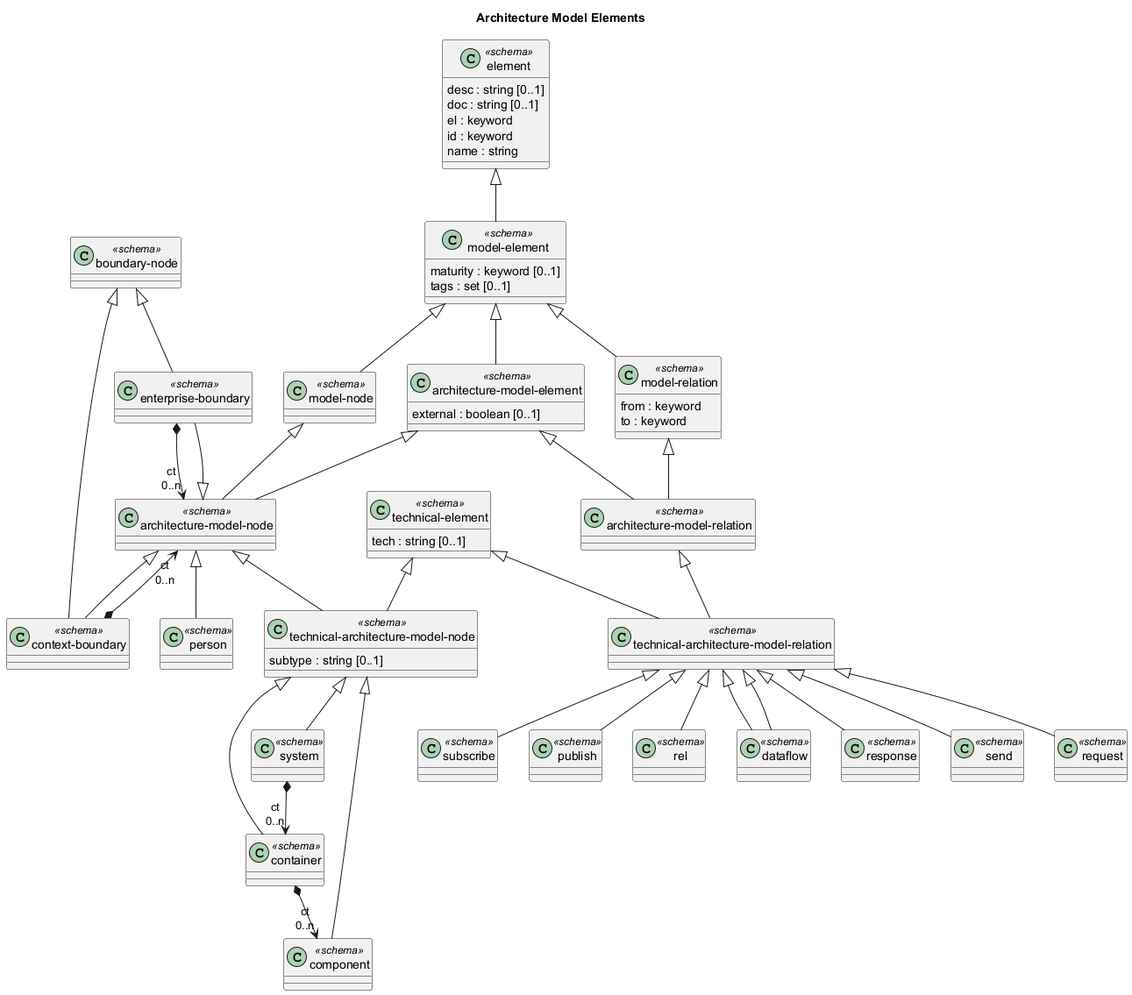
Earlier version of the PlantUML export docs/overarch/data-model/architecture-model-elements.png (soulspace-org/overarch).
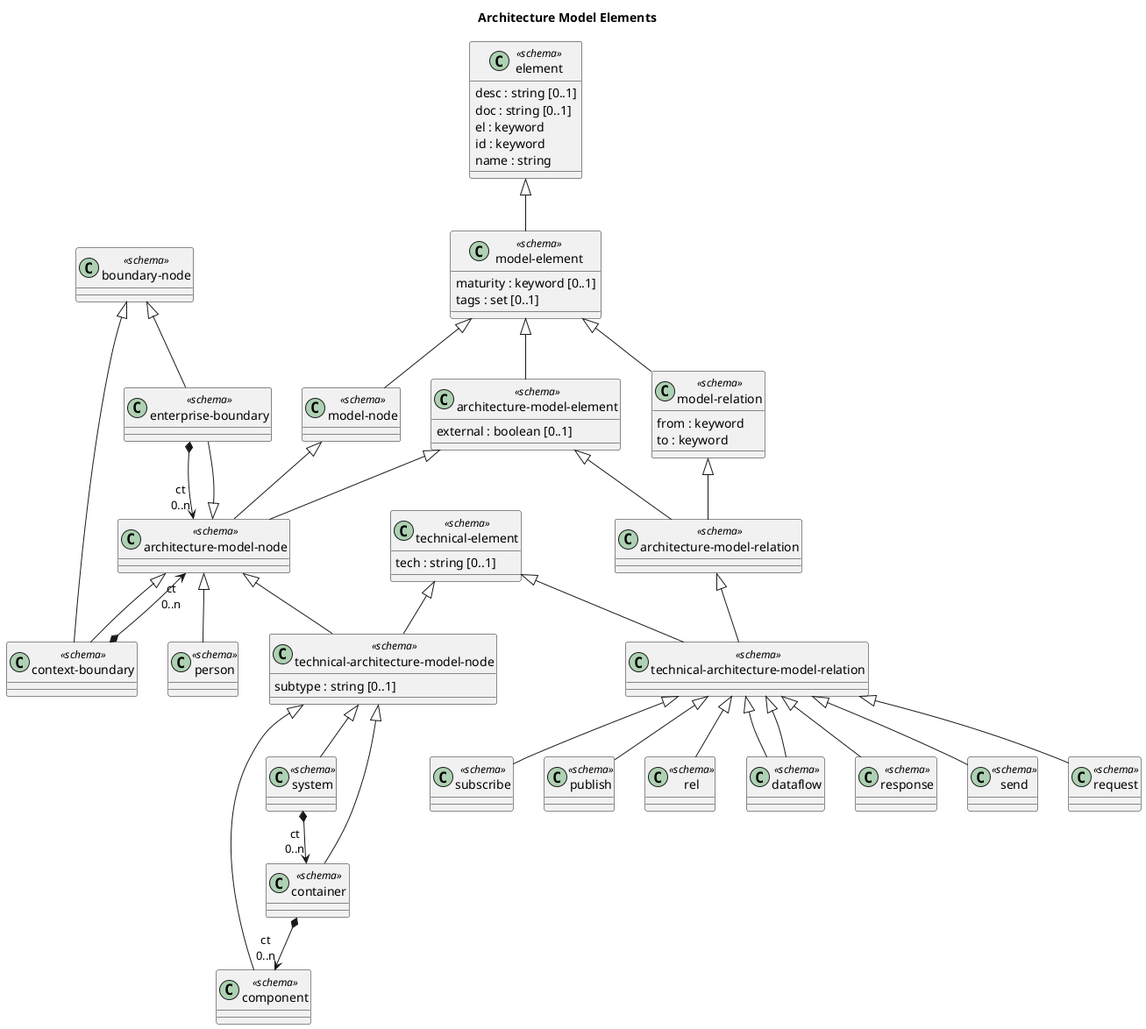
Above is the later version.

Change to the diagram source:
```diff
@@ -1,17 +1,24 @@
 @startuml architecture-model-elements
 title Architecture Model Elements
-class "enterprise-boundary" as overarch_dataModel_enterpriseBoundary <<schema>> {}
-class "technical-architecture-model-relation" as overarch_dataModel_technicalArchitectureModelRelation <<schema>> {}
-class "container" as overarch_dataModel_container <<schema>> {}
+class "enterprise-boundary" as overarch_dataModel_enterpriseBoundary <<schema>> {
+}
+class "technical-architecture-model-relation" as overarch_dataModel_technicalArchitectureModelRelation <<schema>> {
+}
 class "architecture-model-element" as overarch_dataModel_architectureModelElement <<schema>> {
   external : boolean [0..1]
 }
-class "context-boundary" as overarch_dataModel_contextBoundary <<schema>> {}
-class "subscribe" as overarch_dataModel_subscribe <<schema>> {}
-class "publish" as overarch_dataModel_publish <<schema>> {}
-class "architecture-model-relation" as overarch_dataModel_architectureModelRelation <<schema>> {}
-class "rel" as overarch_dataModel_rel <<schema>> {}
-class "model-node" as overarch_dataModel_modelNode <<schema>> {}
+class "context-boundary" as overarch_dataModel_contextBoundary <<schema>> {
+}
+class "subscribe" as overarch_dataModel_subscribe <<schema>> {
+}
+class "publish" as overarch_dataModel_publish <<schema>> {
+}
+class "architecture-model-relation" as overarch_dataModel_architectureModelRelation <<schema>> {
+}
+class "rel" as overarch_dataModel_rel <<schema>> {
+}
+class "model-node" as overarch_dataModel_modelNode <<schema>> {
+}
 class "technical-architecture-model-node" as overarch_dataModel_technicalArchitectureModelNode <<schema>> {
   subtype : string [0..1]
 }
@@ -22,22 +29,33 @@
   id : keyword
   name : string
 }
-class "dataflow" as overarch_dataModel_dataflow <<schema>> {}
+class "dataflow" as overarch_dataModel_dataflow <<schema>> {
+}
 class "model-element" as overarch_dataModel_modelElement <<schema>> {
   maturity : keyword [0..1]
   tags : set [0..1]
 }
-class "architecture-model-node" as overarch_dataModel_architectureModelNode <<schema>> {}
-class "component" as overarch_dataModel_component <<schema>> {}
-class "boundary-node" as overarch_dataModel_boundaryNode <<schema>> {}
-class "person" as overarch_dataModel_person <<schema>> {}
-class "response" as overarch_dataModel_response <<schema>> {}
-class "send" as overarch_dataModel_send <<schema>> {}
+class "architecture-model-node" as overarch_dataModel_architectureModelNode <<schema>> {
+}
+class "component" as overarch_dataModel_component <<schema>> {
+}
+class "boundary-node" as overarch_dataModel_boundaryNode <<schema>> {
+}
+class "person" as overarch_dataModel_person <<schema>> {
+}
+class "response" as overarch_dataModel_response <<schema>> {
+}
+class "send" as overarch_dataModel_send <<schema>> {
+}
+class "system" as overarch_dataModel_system <<schema>> {
+}
 class "technical-element" as overarch_dataModel_technicalElement <<schema>> {
   tech : string [0..1]
 }
-class "system" as overarch_dataModel_system <<schema>> {}
-class "request" as overarch_dataModel_request <<schema>> {}
+class "container" as overarch_dataModel_container <<schema>> {
+}
+class "request" as overarch_dataModel_request <<schema>> {
+}
 class "model-relation" as overarch_dataModel_modelRelation <<schema>> {
   from : keyword
   to : keyword
```
